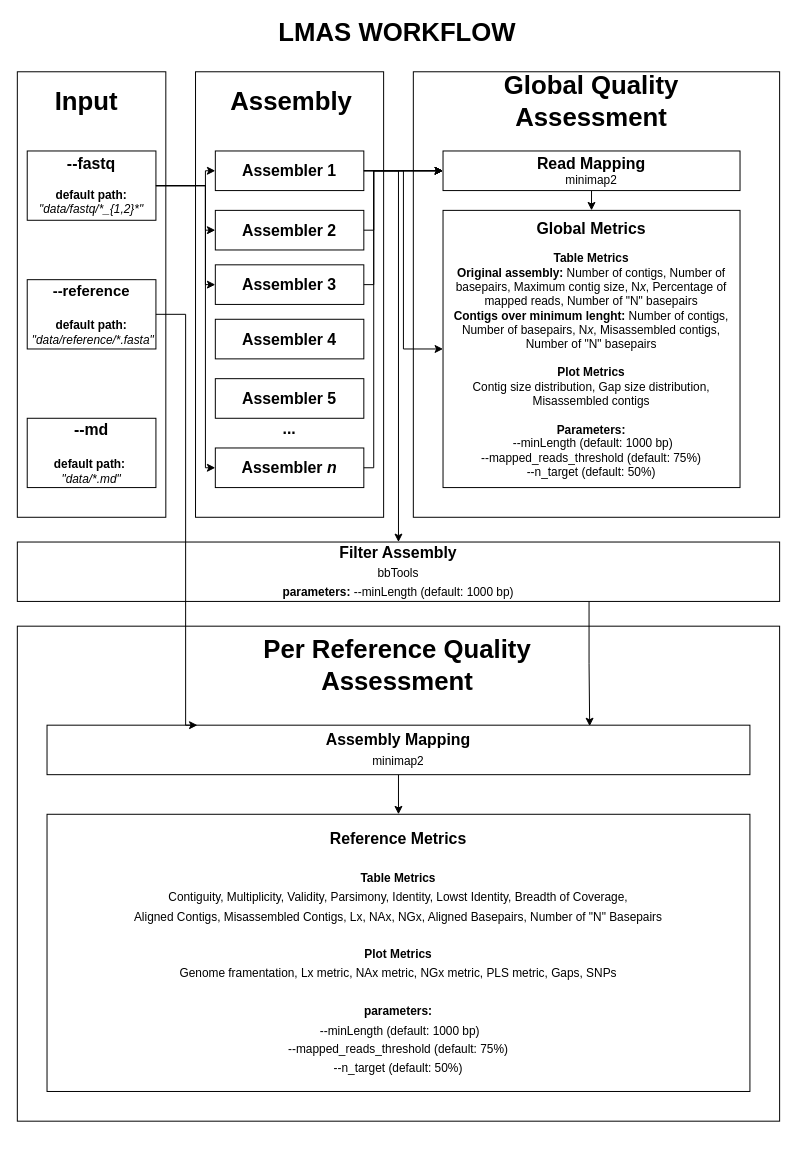
Earlier version of the draw.io diagram docs/Untitled Diagram.drawio (B-UMMI/LMAS). Source tidied: cells renumbered, new cells numbered last; positions are measured from the earlier drawing's top-left corner, leaving out a move shared by most shapes. Both pictures are drawn from the tidied source at 99%, with x=0, y=0 at pixel (17, 22).
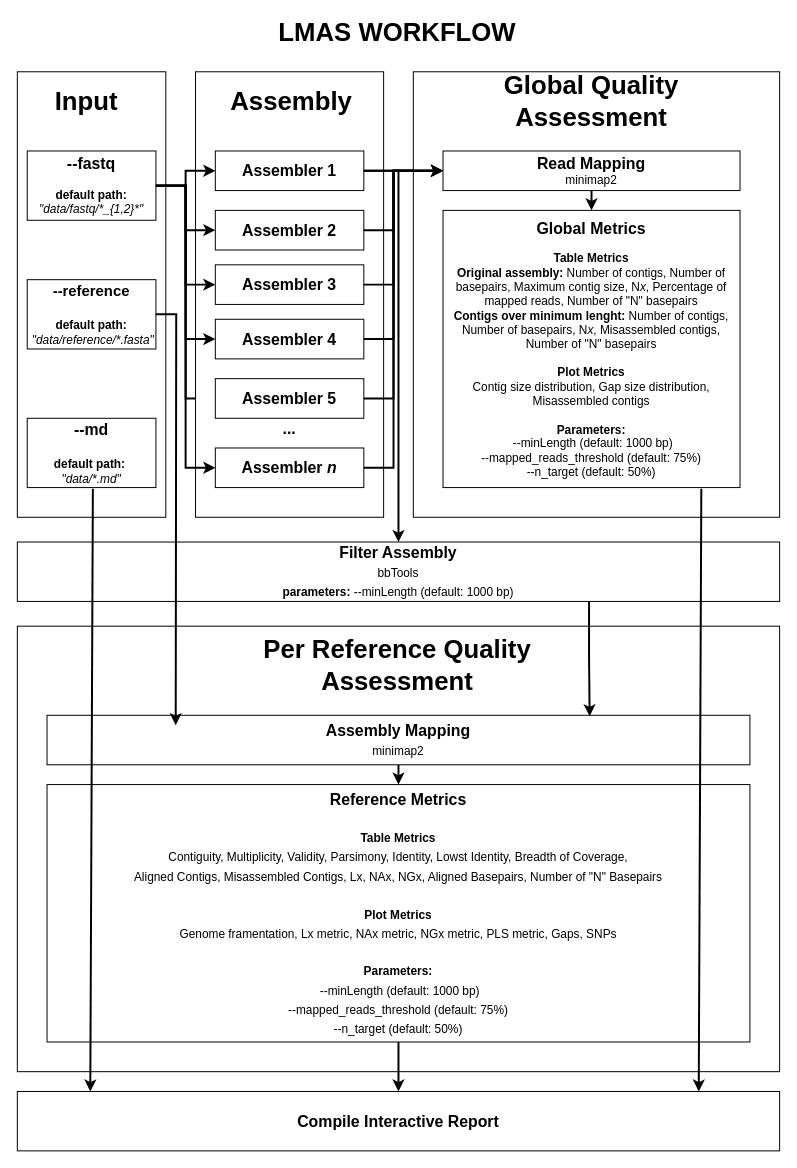
The same diagram, later.

Unchanged cells that the change refers to:
```xml
<mxCell id="7" value="&lt;b style=&quot;font-size: 16px&quot;&gt;--fastq&lt;br&gt;&lt;/b&gt;&lt;br&gt;&lt;b&gt;default path: &lt;/b&gt;&lt;i&gt;&quot;data/fastq/*_{1,2}*&quot;&lt;/i&gt;" style="rounded=0;whiteSpace=wrap;html=1;verticalAlign=middle;" parent="1" vertex="1">
  <mxGeometry x="10" y="130" width="130" height="70" as="geometry" />
</mxCell>
<mxCell id="8" value="&lt;b style=&quot;font-size: 15px&quot;&gt;--reference&lt;br&gt;&lt;br&gt;&lt;/b&gt;&lt;b&gt;default path:&lt;/b&gt;&lt;br&gt;&lt;b&gt;&amp;nbsp;&lt;/b&gt;&lt;i&gt;&quot;data/reference/*.fasta&quot;&lt;/i&gt;&lt;b&gt;&lt;br&gt;&lt;/b&gt;" style="rounded=0;whiteSpace=wrap;html=1;" parent="1" vertex="1">
  <mxGeometry x="10" y="260" width="130" height="70" as="geometry" />
</mxCell>
<mxCell id="13" value="&lt;font style=&quot;font-size: 16px&quot;&gt;&lt;b&gt;Assembler 1&lt;/b&gt;&lt;/font&gt;" style="rounded=0;whiteSpace=wrap;html=1;" parent="1" vertex="1">
  <mxGeometry x="200" y="130" width="150" height="40" as="geometry" />
</mxCell>
<mxCell id="14" value="&lt;font style=&quot;font-size: 16px&quot;&gt;&lt;b&gt;Assembler 2&lt;/b&gt;&lt;/font&gt;" style="rounded=0;whiteSpace=wrap;html=1;" parent="1" vertex="1">
  <mxGeometry x="200" y="190" width="150" height="40" as="geometry" />
</mxCell>
<mxCell id="15" value="&lt;font style=&quot;font-size: 16px&quot;&gt;&lt;b&gt;Assembler 3&lt;/b&gt;&lt;/font&gt;" style="rounded=0;whiteSpace=wrap;html=1;" parent="1" vertex="1">
  <mxGeometry x="200" y="245" width="150" height="40" as="geometry" />
</mxCell>
<mxCell id="16" value="&lt;font style=&quot;font-size: 16px&quot;&gt;&lt;b&gt;Assembler &lt;i&gt;n&lt;/i&gt;&lt;/b&gt;&lt;/font&gt;" style="rounded=0;whiteSpace=wrap;html=1;" parent="1" vertex="1">
  <mxGeometry x="200" y="430" width="150" height="40" as="geometry" />
</mxCell>
<mxCell id="21" value="&lt;font style=&quot;font-size: 16px&quot;&gt;&lt;b&gt;Read Mapping&lt;br&gt;&lt;/b&gt;&lt;/font&gt;&lt;font style=&quot;font-size: 12px&quot;&gt;minimap2&lt;br&gt;&lt;/font&gt;" style="rounded=0;whiteSpace=wrap;html=1;" parent="1" vertex="1">
  <mxGeometry x="430" y="130" width="300" height="40" as="geometry" />
</mxCell>
<mxCell id="30" value="&lt;span style=&quot;font-weight: bold ; font-size: 16px&quot;&gt;Global Metrics&lt;br&gt;&lt;/span&gt;&lt;br&gt;&lt;b&gt;Table Metrics&lt;br&gt;&lt;/b&gt;&lt;font style=&quot;font-size: 12px&quot;&gt;&lt;b&gt;Original assembly:&lt;/b&gt; Number of contigs, Number of basepairs, Maximum contig size, N&lt;i&gt;x&lt;/i&gt;, Percentage of mapped reads, Number of &quot;N&quot; basepairs&lt;/font&gt;&lt;br&gt;&lt;font style=&quot;font-size: 12px&quot;&gt;&lt;span style=&quot;font-weight: bold&quot;&gt;Contigs over minimum lenght:&amp;nbsp;&lt;/span&gt;Number of contigs, Number of basepairs, N&lt;i&gt;x&lt;/i&gt;, Misassembled contigs, Number of &quot;N&quot; basepairs&lt;br&gt;&lt;br&gt;&lt;b&gt;Plot Metrics&lt;br&gt;&lt;/b&gt;Contig size distribution, Gap size distribution, Misassembled contigs&lt;br&gt;&lt;/font&gt;&lt;br&gt;&lt;b&gt;Parameters:&lt;br&gt;&lt;/b&gt;&lt;font style=&quot;font-size: 12px&quot;&gt;&amp;nbsp;--minLength (default: 1000 bp)&lt;br&gt;--mapped_reads_threshold (default: 75%)&lt;br&gt;--n_target (default: 50%)&lt;br&gt;&lt;/font&gt;" style="rounded=0;whiteSpace=wrap;html=1;" parent="1" vertex="1">
  <mxGeometry x="430" y="190" width="300" height="280" as="geometry" />
</mxCell>
<mxCell id="32" value="&lt;b&gt;Filter Assembly&lt;/b&gt;&lt;br&gt;&lt;font style=&quot;font-size: 12px&quot;&gt;bbTools&lt;br&gt;&lt;/font&gt;&lt;b style=&quot;font-size: 12px&quot;&gt;parameters:&amp;nbsp;&lt;/b&gt;&lt;font style=&quot;font-size: 12px&quot;&gt;--minLength (default: 1000 bp)&lt;/font&gt;&lt;b&gt;&lt;br&gt;&lt;/b&gt;" style="rounded=0;whiteSpace=wrap;html=1;fontSize=16;" parent="1" vertex="1">
  <mxGeometry y="525" width="770" height="60" as="geometry" />
</mxCell>
<mxCell id="37" value="&lt;font style=&quot;font-size: 16px&quot;&gt;&lt;b&gt;Assembler 4&lt;/b&gt;&lt;/font&gt;" style="rounded=0;whiteSpace=wrap;html=1;" parent="1" vertex="1">
  <mxGeometry x="200" y="300" width="150" height="40" as="geometry" />
</mxCell>
<mxCell id="38" value="&lt;font style=&quot;font-size: 16px&quot;&gt;&lt;b&gt;Assembler 5&lt;/b&gt;&lt;/font&gt;" style="rounded=0;whiteSpace=wrap;html=1;" parent="1" vertex="1">
  <mxGeometry x="200" y="360" width="150" height="40" as="geometry" />
</mxCell>
```

What changed in the source:
```diff
@@
     <mxCell id="2" style="rounded=0;whiteSpace=wrap;html=1;fontSize=16;" parent="1" vertex="1">
-      <mxGeometry y="610" width="770" height="500" as="geometry" />
+      <mxGeometry y="610" width="770" height="450" as="geometry" />
     </mxCell>
@@
-    <mxCell id="6" style="edgeStyle=orthogonalEdgeStyle;rounded=0;jettySize=auto;html=1;exitX=1;exitY=0.5;exitDx=0;exitDy=0;entryX=0;entryY=0.5;entryDx=0;entryDy=0;fontSize=16;" parent="1" edge="1" source="7" target="16">
-      <mxGeometry relative="1" as="geometry">
-        <Array as="points">
-          <mxPoint x="190" y="165" />
-          <mxPoint x="190" y="370" />
-        </Array>
-      </mxGeometry>
-    </mxCell>
+    <mxCell id="41" style="edgeStyle=orthogonalEdgeStyle;rounded=0;jettySize=auto;html=1;exitX=1;exitY=0.5;exitDx=0;exitDy=0;entryX=0;entryY=0.5;entryDx=0;entryDy=0;strokeWidth=2;fontSize=16;" parent="1" edge="1" source="7" target="38">
+      <mxGeometry relative="1" as="geometry" />
+    </mxCell>
@@
-    <mxCell id="12" style="edgeStyle=orthogonalEdgeStyle;rounded=0;jettySize=auto;html=1;exitX=1;exitY=0.5;exitDx=0;exitDy=0;fontSize=16;" parent="1" edge="1" source="13" target="32">
+    <mxCell id="12" style="edgeStyle=orthogonalEdgeStyle;rounded=0;jettySize=auto;html=1;exitX=1;exitY=0.5;exitDx=0;exitDy=0;fontSize=16;strokeWidth=2;" parent="1" edge="1" source="13" target="32">
       <mxGeometry relative="1" as="geometry" />
     </mxCell>
@@
+    <mxCell id="28" style="edgeStyle=orthogonalEdgeStyle;rounded=0;jettySize=auto;html=1;exitX=1;exitY=0.5;exitDx=0;exitDy=0;entryX=0;entryY=0.5;entryDx=0;entryDy=0;strokeWidth=2;fontSize=16;" parent="1" edge="1" source="15" target="21">
+      <mxGeometry relative="1" as="geometry">
+        <Array as="points">
+          <mxPoint x="380" y="265" />
+          <mxPoint x="380" y="150" />
+        </Array>
+      </mxGeometry>
+    </mxCell>
@@
+    <mxCell id="29" style="edgeStyle=orthogonalEdgeStyle;rounded=0;jettySize=auto;html=1;exitX=1;exitY=0.5;exitDx=0;exitDy=0;entryX=0;entryY=0.5;entryDx=0;entryDy=0;strokeWidth=2;fontSize=16;" parent="1" edge="1" source="16" target="21">
+      <mxGeometry relative="1" as="geometry">
+        <Array as="points">
+          <mxPoint x="380" y="450" />
+          <mxPoint x="380" y="150" />
+        </Array>
+      </mxGeometry>
+    </mxCell>
@@
-    <mxCell id="20" style="edgeStyle=orthogonalEdgeStyle;rounded=0;jettySize=auto;html=1;exitX=0.5;exitY=1;exitDx=0;exitDy=0;entryX=0.5;entryY=0;entryDx=0;entryDy=0;fontSize=16;" parent="1" edge="1" source="21" target="30">
+    <mxCell id="20" style="edgeStyle=orthogonalEdgeStyle;rounded=0;jettySize=auto;html=1;exitX=0.5;exitY=1;exitDx=0;exitDy=0;entryX=0.5;entryY=0;entryDx=0;entryDy=0;fontSize=16;strokeWidth=2;" parent="1" edge="1" source="21" target="30">
       <mxGeometry relative="1" as="geometry" />
     </mxCell>
@@
-    <mxCell id="22" style="edgeStyle=orthogonalEdgeStyle;rounded=0;jettySize=auto;html=1;exitX=1;exitY=0.5;exitDx=0;exitDy=0;entryX=0;entryY=0.5;entryDx=0;entryDy=0;fontSize=16;" parent="1" edge="1" source="7" target="13">
+    <mxCell id="22" style="edgeStyle=orthogonalEdgeStyle;rounded=0;jettySize=auto;html=1;exitX=1;exitY=0.5;exitDx=0;exitDy=0;entryX=0;entryY=0.5;entryDx=0;entryDy=0;fontSize=16;strokeWidth=2;" parent="1" edge="1" source="7" target="13">
       <mxGeometry relative="1" as="geometry">
         <Array as="points">
-          <mxPoint x="190" y="165" />
-          <mxPoint x="190" y="150" />
+          <mxPoint x="170" y="165" />
+          <mxPoint x="170" y="150" />
         </Array>
       </mxGeometry>
     </mxCell>
-    <mxCell id="23" style="edgeStyle=orthogonalEdgeStyle;rounded=0;jettySize=auto;html=1;exitX=1;exitY=0.5;exitDx=0;exitDy=0;fontSize=16;" parent="1" edge="1" source="7" target="14">
+    <mxCell id="23" style="edgeStyle=orthogonalEdgeStyle;rounded=0;jettySize=auto;html=1;exitX=1;exitY=0.5;exitDx=0;exitDy=0;fontSize=16;strokeWidth=2;" parent="1" edge="1" source="7" target="14">
       <mxGeometry relative="1" as="geometry">
         <Array as="points">
-          <mxPoint x="190" y="165" />
-          <mxPoint x="190" y="210" />
+          <mxPoint x="170" y="165" />
+          <mxPoint x="170" y="210" />
         </Array>
       </mxGeometry>
     </mxCell>
-    <mxCell id="24" style="edgeStyle=orthogonalEdgeStyle;rounded=0;jettySize=auto;html=1;exitX=1;exitY=0.5;exitDx=0;exitDy=0;entryX=0;entryY=0.5;entryDx=0;entryDy=0;fontSize=16;" parent="1" edge="1" source="7" target="15">
+    <mxCell id="24" style="edgeStyle=orthogonalEdgeStyle;rounded=0;jettySize=auto;html=1;exitX=1;exitY=0.5;exitDx=0;exitDy=0;entryX=0;entryY=0.5;entryDx=0;entryDy=0;fontSize=16;strokeWidth=2;" parent="1" edge="1" source="7" target="15">
       <mxGeometry relative="1" as="geometry">
         <Array as="points">
-          <mxPoint x="190" y="165" />
-          <mxPoint x="190" y="265" />
+          <mxPoint x="170" y="165" />
+          <mxPoint x="170" y="265" />
         </Array>
       </mxGeometry>
     </mxCell>
-    <mxCell id="25" style="edgeStyle=orthogonalEdgeStyle;rounded=0;jettySize=auto;html=1;exitX=1;exitY=0.5;exitDx=0;exitDy=0;entryX=0;entryY=0.5;entryDx=0;entryDy=0;fontSize=16;" parent="1" edge="1" source="7" target="16">
-      <mxGeometry relative="1" as="geometry">
-        <Array as="points">
-          <mxPoint x="190" y="165" />
-          <mxPoint x="190" y="450" />
-        </Array>
-      </mxGeometry>
-    </mxCell>
-    <mxCell id="26" style="edgeStyle=orthogonalEdgeStyle;rounded=0;jettySize=auto;html=1;exitX=1;exitY=0.5;exitDx=0;exitDy=0;entryX=0;entryY=0.5;entryDx=0;entryDy=0;fontSize=16;" parent="1" edge="1" source="13" target="21">
-      <mxGeometry relative="1" as="geometry">
-        <Array as="points">
-          <mxPoint x="380" y="150" />
-          <mxPoint x="380" y="150" />
-        </Array>
-      </mxGeometry>
-    </mxCell>
-    <mxCell id="27" style="edgeStyle=orthogonalEdgeStyle;rounded=0;jettySize=auto;html=1;exitX=1;exitY=0.5;exitDx=0;exitDy=0;entryX=0;entryY=0.5;entryDx=0;entryDy=0;fontSize=16;" parent="1" edge="1" source="14" target="21">
-      <mxGeometry relative="1" as="geometry">
-        <Array as="points">
-          <mxPoint x="360" y="210" />
-          <mxPoint x="360" y="150" />
-        </Array>
-      </mxGeometry>
-    </mxCell>
-    <mxCell id="28" style="edgeStyle=orthogonalEdgeStyle;rounded=0;jettySize=auto;html=1;exitX=1;exitY=0.5;exitDx=0;exitDy=0;entryX=0;entryY=0.5;entryDx=0;entryDy=0;fontSize=16;" parent="1" edge="1" source="15" target="21">
-      <mxGeometry relative="1" as="geometry">
-        <Array as="points">
-          <mxPoint x="360" y="265" />
-          <mxPoint x="360" y="150" />
-        </Array>
-      </mxGeometry>
-    </mxCell>
-    <mxCell id="29" style="edgeStyle=orthogonalEdgeStyle;rounded=0;jettySize=auto;html=1;exitX=1;exitY=0.5;exitDx=0;exitDy=0;entryX=0;entryY=0.5;entryDx=0;entryDy=0;fontSize=16;" parent="1" edge="1" source="16" target="21">
-      <mxGeometry relative="1" as="geometry">
-        <Array as="points">
-          <mxPoint x="360" y="450" />
-          <mxPoint x="360" y="150" />
-        </Array>
-      </mxGeometry>
-    </mxCell>
@@
-    <mxCell id="31" style="edgeStyle=orthogonalEdgeStyle;rounded=0;jettySize=auto;html=1;exitX=0.75;exitY=1;exitDx=0;exitDy=0;entryX=0.772;entryY=0.02;entryDx=0;entryDy=0;entryPerimeter=0;fontSize=16;" parent="1" edge="1" source="32" target="35">
+    <mxCell id="31" style="edgeStyle=orthogonalEdgeStyle;rounded=0;jettySize=auto;html=1;exitX=0.75;exitY=1;exitDx=0;exitDy=0;entryX=0.772;entryY=0.02;entryDx=0;entryDy=0;entryPerimeter=0;fontSize=16;strokeWidth=2;" parent="1" edge="1" source="32" target="35">
       <mxGeometry relative="1" as="geometry" />
     </mxCell>
@@
+    <mxCell id="42" style="edgeStyle=orthogonalEdgeStyle;rounded=0;jettySize=auto;html=1;exitX=0.5;exitY=1;exitDx=0;exitDy=0;strokeWidth=2;fontSize=16;" parent="1" edge="1" source="33" target="48">
+      <mxGeometry relative="1" as="geometry" />
+    </mxCell>
-    <mxCell id="33" value="&lt;span style=&quot;font-weight: bold&quot;&gt;Reference Metrics&lt;br&gt;&lt;/span&gt;&lt;br&gt;&lt;font style=&quot;font-size: 12px&quot;&gt;&lt;b&gt;Table Metrics&lt;br&gt;&lt;/b&gt;&lt;/font&gt;&lt;span style=&quot;font-size: 12px&quot;&gt;Contiguity, Multiplicity, Validity, Parsimony, Identity, Lowst Identity, Breadth of Coverage, &lt;br&gt;Aligned Contigs, Misassembled Contigs, Lx, NAx, NGx, Aligned Basepairs, Number of &quot;N&quot; Basepairs&lt;br&gt;&lt;/span&gt;&lt;br&gt;&lt;span style=&quot;font-size: 12px&quot;&gt;&lt;b&gt;Plot Metrics&lt;/b&gt;&lt;br&gt;Genome framentation, Lx metric, NAx metric, NGx metric, PLS metric, Gaps, SNPs&lt;br&gt;&lt;br&gt;&lt;/span&gt;&lt;b style=&quot;font-size: 12px&quot;&gt;parameters:&lt;br&gt;&lt;/b&gt;&lt;font style=&quot;font-size: 12px&quot;&gt;&amp;nbsp;--minLength (default: 1000 bp)&lt;br&gt;--mapped_reads_threshold (default: 75%)&lt;br&gt;--n_target (default: 50%)&lt;/font&gt;" style="rounded=0;whiteSpace=wrap;html=1;fontSize=16;" parent="1" vertex="1">
-      <mxGeometry x="30" y="800" width="710" height="280" as="geometry" />
+    <mxCell id="33" value="&lt;span style=&quot;font-weight: bold&quot;&gt;Reference Metrics&lt;br&gt;&lt;/span&gt;&lt;br&gt;&lt;font style=&quot;font-size: 12px&quot;&gt;&lt;b&gt;Table Metrics&lt;br&gt;&lt;/b&gt;&lt;/font&gt;&lt;span style=&quot;font-size: 12px&quot;&gt;Contiguity, Multiplicity, Validity, Parsimony, Identity, Lowst Identity, Breadth of Coverage, &lt;br&gt;Aligned Contigs, Misassembled Contigs, Lx, NAx, NGx, Aligned Basepairs, Number of &quot;N&quot; Basepairs&lt;br&gt;&lt;/span&gt;&lt;br&gt;&lt;span style=&quot;font-size: 12px&quot;&gt;&lt;b&gt;Plot Metrics&lt;/b&gt;&lt;br&gt;Genome framentation, Lx metric, NAx metric, NGx metric, PLS metric, Gaps, SNPs&lt;br&gt;&lt;br&gt;&lt;/span&gt;&lt;b style=&quot;font-size: 12px&quot;&gt;Parameters:&lt;br&gt;&lt;/b&gt;&lt;font style=&quot;font-size: 12px&quot;&gt;&amp;nbsp;--minLength (default: 1000 bp)&lt;br&gt;--mapped_reads_threshold (default: 75%)&lt;br&gt;--n_target (default: 50%)&lt;/font&gt;" style="rounded=0;whiteSpace=wrap;html=1;fontSize=16;" parent="1" vertex="1">
+      <mxGeometry x="30" y="770" width="710" height="260" as="geometry" />
     </mxCell>
-    <mxCell id="34" style="edgeStyle=orthogonalEdgeStyle;rounded=0;jettySize=auto;html=1;exitX=0.5;exitY=1;exitDx=0;exitDy=0;entryX=0.5;entryY=0;entryDx=0;entryDy=0;fontSize=16;" parent="1" edge="1" source="35" target="33">
+    <mxCell id="34" style="edgeStyle=orthogonalEdgeStyle;rounded=0;jettySize=auto;html=1;exitX=0.5;exitY=1;exitDx=0;exitDy=0;entryX=0.5;entryY=0;entryDx=0;entryDy=0;fontSize=16;strokeWidth=2;" parent="1" edge="1" source="35" target="33">
       <mxGeometry relative="1" as="geometry" />
     </mxCell>
     <mxCell id="35" value="&lt;font&gt;&lt;b&gt;Assembly Mapping&lt;br&gt;&lt;/b&gt;&lt;/font&gt;&lt;font style=&quot;font-size: 12px&quot;&gt;minimap2&lt;/font&gt;&lt;b&gt;&lt;br&gt;&lt;/b&gt;" style="rounded=0;whiteSpace=wrap;html=1;fontSize=16;" parent="1" vertex="1">
-      <mxGeometry x="30" y="710" width="710" height="50" as="geometry" />
+      <mxGeometry x="30" y="700" width="710" height="50" as="geometry" />
     </mxCell>
-    <mxCell id="36" style="edgeStyle=orthogonalEdgeStyle;rounded=0;jettySize=auto;html=1;exitX=1;exitY=0.5;exitDx=0;exitDy=0;entryX=0.214;entryY=0;entryDx=0;entryDy=0;entryPerimeter=0;fontSize=16;" parent="1" edge="1" source="8" target="35">
-      <mxGeometry relative="1" as="geometry">
-        <Array as="points">
-          <mxPoint x="170" y="295" />
-          <mxPoint x="170" y="710" />
-        </Array>
-      </mxGeometry>
-    </mxCell>
+    <mxCell id="43" style="edgeStyle=orthogonalEdgeStyle;rounded=0;jettySize=auto;html=1;exitX=1;exitY=0.5;exitDx=0;exitDy=0;entryX=0;entryY=0.5;entryDx=0;entryDy=0;strokeWidth=2;fontSize=16;" parent="1" edge="1" source="37" target="21">
+      <mxGeometry relative="1" as="geometry">
+        <Array as="points">
+          <mxPoint x="380" y="320" />
+          <mxPoint x="380" y="150" />
+        </Array>
+      </mxGeometry>
+    </mxCell>
@@
+    <mxCell id="44" style="edgeStyle=orthogonalEdgeStyle;rounded=0;jettySize=auto;html=1;exitX=1;exitY=0.5;exitDx=0;exitDy=0;entryX=0;entryY=0.5;entryDx=0;entryDy=0;strokeWidth=2;fontSize=16;" parent="1" edge="1" source="38" target="21">
+      <mxGeometry relative="1" as="geometry">
+        <Array as="points">
+          <mxPoint x="380" y="380" />
+          <mxPoint x="380" y="150" />
+        </Array>
+      </mxGeometry>
+    </mxCell>
@@
-    <mxCell id="39" style="edgeStyle=orthogonalEdgeStyle;rounded=0;jettySize=auto;html=1;exitX=1;exitY=0.5;exitDx=0;exitDy=0;entryX=0;entryY=0.5;entryDx=0;entryDy=0;fontSize=16;" parent="1" edge="1" source="13" target="30">
-      <mxGeometry relative="1" as="geometry">
-        <Array as="points">
-          <mxPoint x="390" y="150" />
-          <mxPoint x="390" y="330" />
-        </Array>
-      </mxGeometry>
-    </mxCell>
@@
+    <mxCell id="45" style="edgeStyle=orthogonalEdgeStyle;rounded=0;jettySize=auto;html=1;exitX=1;exitY=0.5;exitDx=0;exitDy=0;fontSize=16;strokeWidth=2;" parent="1" edge="1" source="8">
+      <mxGeometry relative="1" as="geometry">
+        <mxPoint x="160" y="710" as="targetPoint" />
+      </mxGeometry>
+    </mxCell>
+    <mxCell id="46" style="edgeStyle=orthogonalEdgeStyle;rounded=0;jettySize=auto;html=1;exitX=1;exitY=0.5;exitDx=0;exitDy=0;entryX=0;entryY=0.5;entryDx=0;entryDy=0;strokeWidth=2;fontSize=16;" parent="1" edge="1" source="7" target="16">
+      <mxGeometry relative="1" as="geometry" />
+    </mxCell>
+    <mxCell id="47" style="edgeStyle=orthogonalEdgeStyle;rounded=0;jettySize=auto;html=1;exitX=1;exitY=0.5;exitDx=0;exitDy=0;entryX=0;entryY=0.5;entryDx=0;entryDy=0;strokeWidth=2;fontSize=16;" parent="1" edge="1" source="7" target="37">
+      <mxGeometry relative="1" as="geometry" />
+    </mxCell>
+    <mxCell id="26" style="edgeStyle=orthogonalEdgeStyle;rounded=0;jettySize=auto;html=1;exitX=1;exitY=0.5;exitDx=0;exitDy=0;entryX=0;entryY=0.5;entryDx=0;entryDy=0;strokeWidth=2;fontSize=16;" parent="1" edge="1" source="13" target="21">
+      <mxGeometry relative="1" as="geometry" />
+    </mxCell>
+    <mxCell id="27" style="edgeStyle=orthogonalEdgeStyle;rounded=0;jettySize=auto;html=1;exitX=1;exitY=0.5;exitDx=0;exitDy=0;entryX=0;entryY=0.5;entryDx=0;entryDy=0;strokeWidth=2;fontSize=16;" parent="1" edge="1" source="14" target="21">
+      <mxGeometry relative="1" as="geometry">
+        <Array as="points">
+          <mxPoint x="380" y="210" />
+          <mxPoint x="380" y="150" />
+        </Array>
+      </mxGeometry>
+    </mxCell>
+    <mxCell id="48" value="&lt;b&gt;Compile Interactive Report&lt;br&gt;&lt;/b&gt;" style="rounded=0;whiteSpace=wrap;html=1;fontSize=16;" parent="1" vertex="1">
+      <mxGeometry y="1080" width="770" height="60" as="geometry" />
+    </mxCell>
+    <mxCell id="49" style="endArrow=classic;html=1;strokeWidth=2;fontSize=16;exitX=0.893;exitY=1.004;exitDx=0;exitDy=0;exitPerimeter=0;entryX=0.903;entryY=0;entryDx=0;entryDy=0;entryPerimeter=0;" parent="1" edge="1">
+      <mxGeometry relative="1" as="geometry">
+        <mxPoint x="690.9" y="471.1" as="sourcePoint" />
+        <mxPoint x="688.3" y="1080" as="targetPoint" />
+      </mxGeometry>
+    </mxCell>
+    <mxCell id="50" style="endArrow=classic;html=1;strokeWidth=2;fontSize=16;exitX=0.893;exitY=1.004;exitDx=0;exitDy=0;exitPerimeter=0;entryX=0.903;entryY=0;entryDx=0;entryDy=0;entryPerimeter=0;" parent="1" edge="1">
+      <mxGeometry relative="1" as="geometry">
+        <mxPoint x="76.3" y="471.1" as="sourcePoint" />
+        <mxPoint x="73.7" y="1080" as="targetPoint" />
+      </mxGeometry>
+    </mxCell>
```
